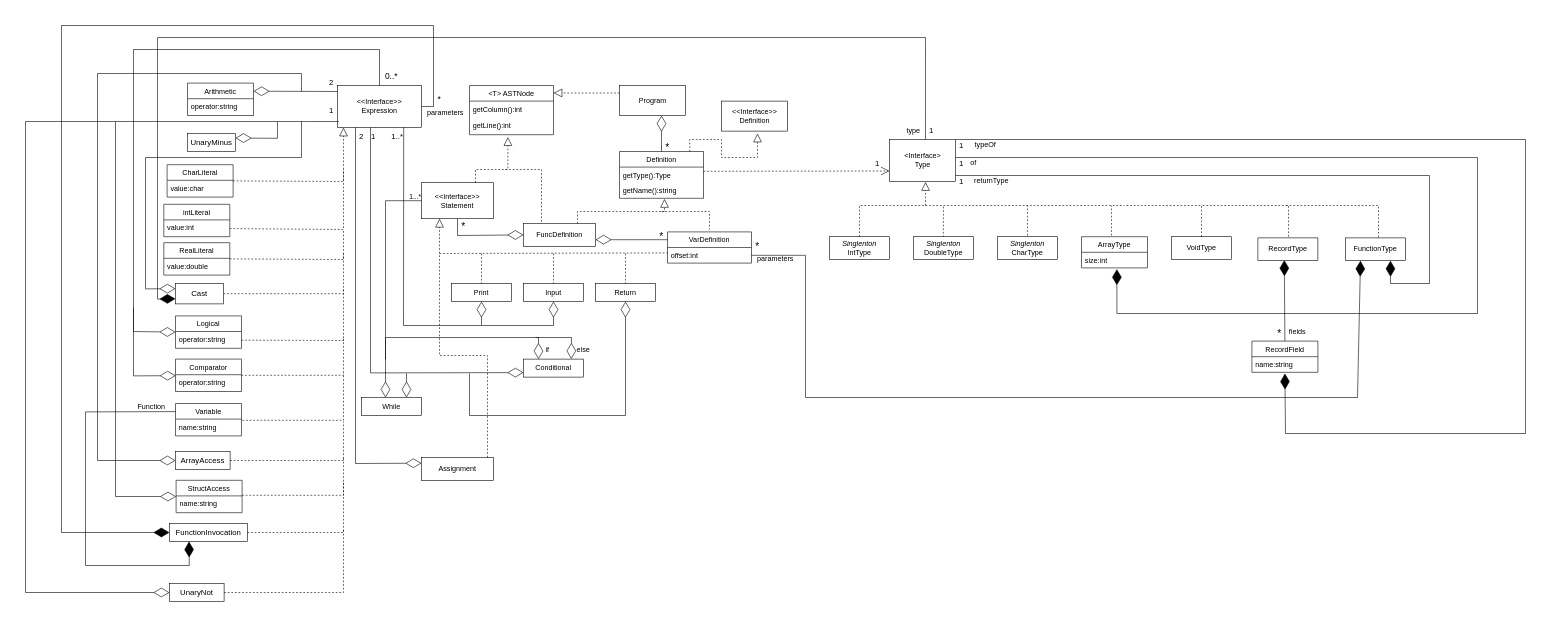
Earlier version of the draw.io diagram Compiler_uo277876/DLP_uo277876.drawio (UO277876/DLP). Source tidied: cells renumbered, new cells numbered last; positions are measured from the earlier drawing's top-left corner, leaving out a move shared by most shapes. Both pictures are drawn from the tidied source at 60%, with x=0, y=0 at pixel (25, 25).
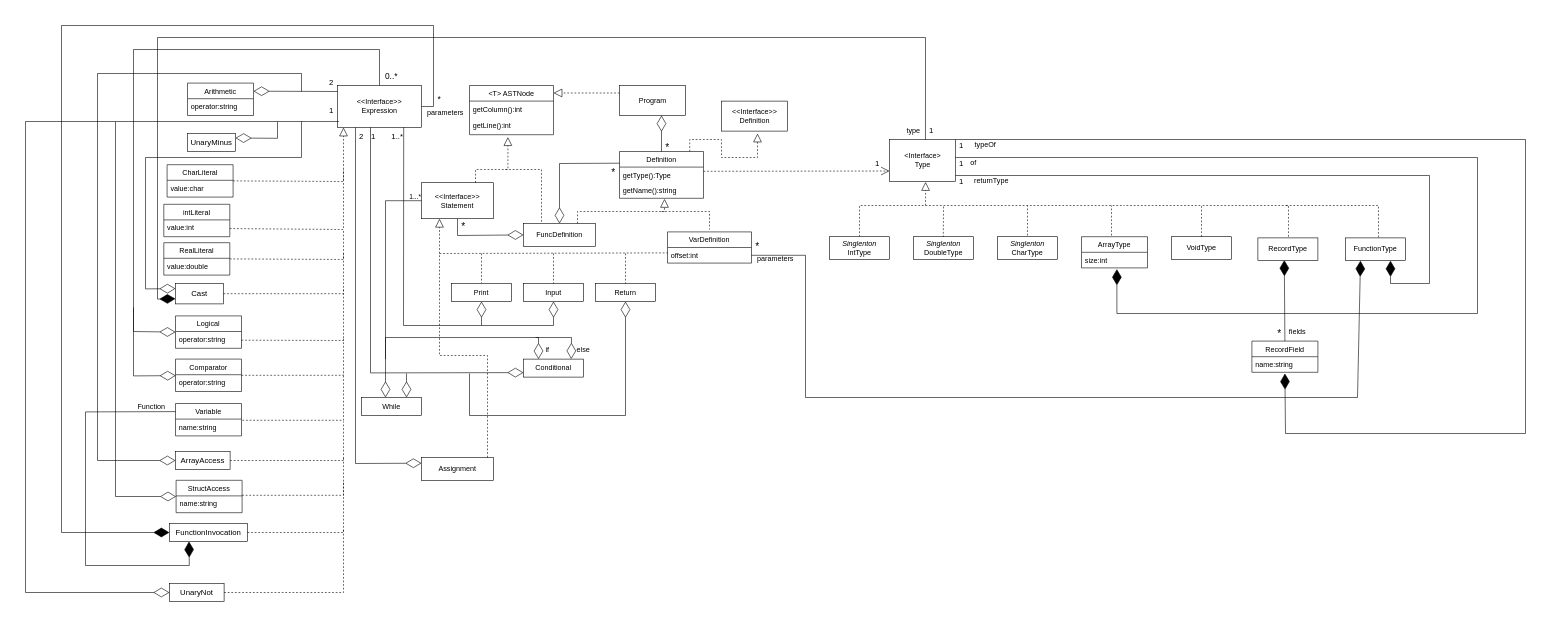
Above is the later version.

The change refers to these unchanged cells:
```xml
<mxCell id="8" value="Definition" style="swimlane;fontStyle=0;horizontal=1;startSize=26;" parent="1" vertex="1">
  <mxGeometry x="990" y="210" width="140" height="78" as="geometry" />
</mxCell>
<mxCell id="17" value="FuncDefinition" style="rounded=0;whiteSpace=wrap;html=1;" parent="1" vertex="1">
  <mxGeometry x="830" y="330" width="120" height="38" as="geometry" />
</mxCell>
<mxCell id="118" value="VarDefinition" style="swimlane;fontStyle=0;horizontal=1;startSize=26;" parent="1" vertex="1">
  <mxGeometry x="1070" y="344" width="140" height="52" as="geometry" />
</mxCell>
```

What changed in the source:
```diff
@@
-    <mxCell id="139" style="endArrow=diamondThin;endFill=0;endSize=24;html=1;rounded=0;entryX=1;entryY=0.711;entryDx=0;entryDy=0;exitX=0;exitY=0.25;exitDx=0;exitDy=0;entryPerimeter=0;" parent="1" edge="1" source="118" target="17">
-      <mxGeometry relative="1" as="geometry" />
+    <mxCell id="139" style="endArrow=diamondThin;endFill=0;endSize=24;html=1;rounded=0;entryX=0.5;entryY=0;entryDx=0;entryDy=0;exitX=0;exitY=0.25;exitDx=0;exitDy=0;" parent="1" edge="1" source="8" target="17">
+      <mxGeometry relative="1" as="geometry">
+        <Array as="points">
+          <mxPoint x="890" y="230" />
+        </Array>
+      </mxGeometry>
     </mxCell>
     <mxCell id="140" value="*" style="text;html=1;strokeColor=none;fillColor=none;align=center;verticalAlign=middle;whiteSpace=wrap;rounded=0;fontSize=17;" parent="1" vertex="1">
-      <mxGeometry x="1030" y="338" width="60" height="30" as="geometry" />
+      <mxGeometry x="950" y="232" width="60" height="30" as="geometry" />
     </mxCell>
```
